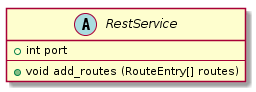
Earlier version of the PlantUML export report/figures/design/class/net/rest-service.png (geoffjay/comp8506-docs). Its diagram source:
```plantuml
@startuml
abstract class RestService {
        +int port
        ----
        +void add_routes (RouteEntry[] routes)
}
@enduml
```
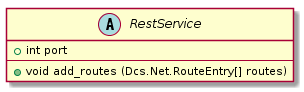
Later version of the same file.

Diff of the diagram source:
```diff
@@ -2,6 +2,6 @@
 abstract class RestService {
         +int port
         ----
-        +void add_routes (RouteEntry[] routes)
+        +void add_routes (Dcs.Net.RouteEntry[] routes)
 }
 @enduml
```
